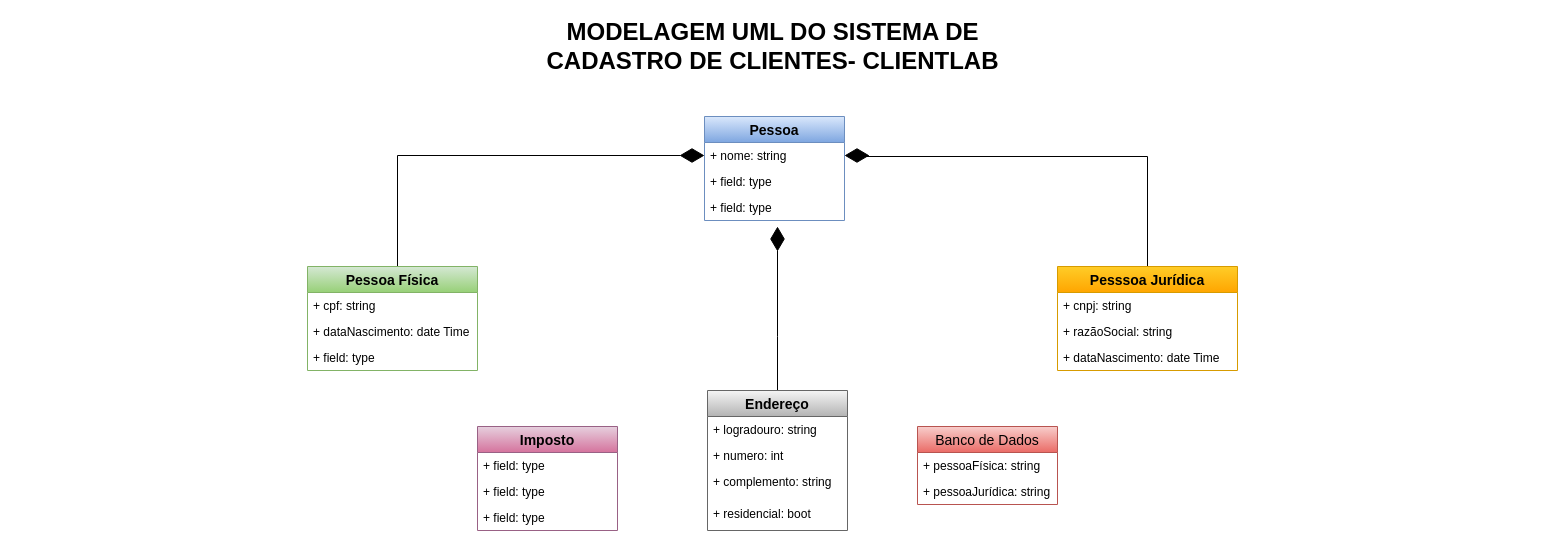
The draw.io diagram Diagrama UML - ClientLab.drawio in AfranioD/Uc12-SA2-1-Diagrama-UML-ClientLab, before the edit. Source tidied: cells renumbered, new cells numbered last; positions are measured from the earlier drawing's top-left corner, leaving out a move shared by most shapes. Both pictures are drawn from the tidied source at 100%, with x=0, y=0 at pixel (17, 26).
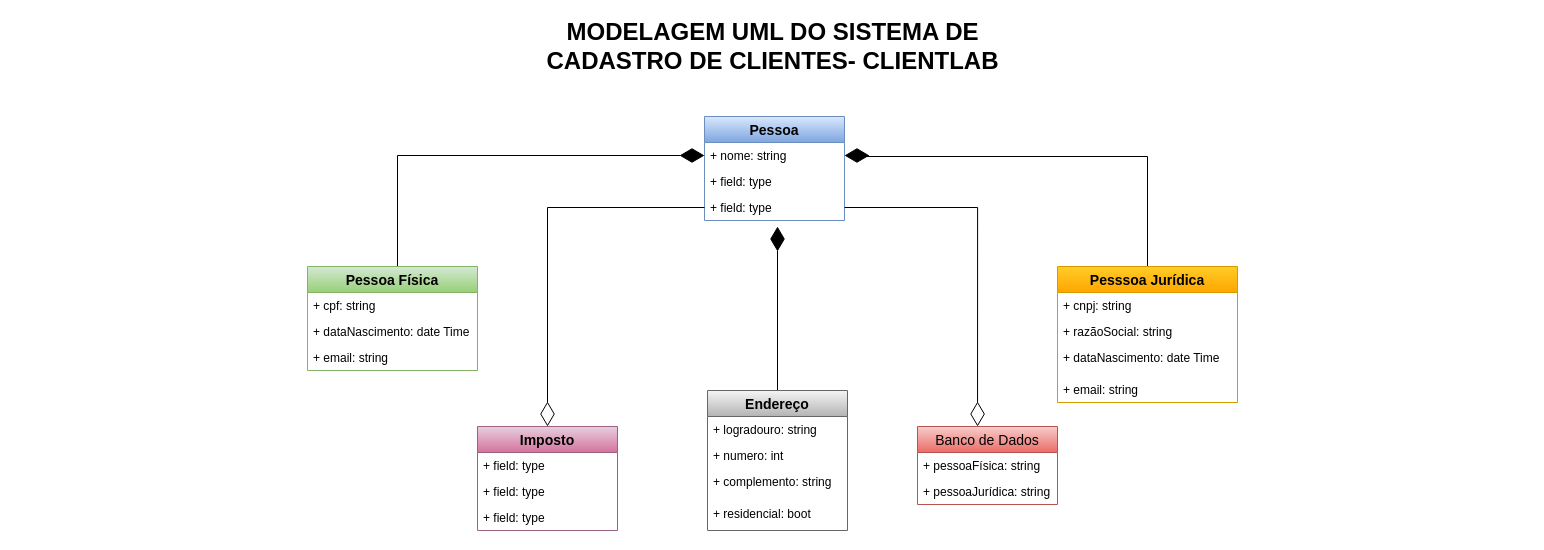
After the change.

The change refers to these unchanged cells:
```xml
<mxCell id="11" value="+ field: type" style="text;strokeColor=none;fillColor=none;align=left;verticalAlign=top;spacingLeft=4;spacingRight=4;overflow=hidden;points=[[0,0.5],[1,0.5]];portConstraint=eastwest;" parent="8" vertex="1">
  <mxGeometry y="78" width="140" height="26" as="geometry" />
</mxCell>
<mxCell id="13" value="Pessoa Física" style="swimlane;fontStyle=1;horizontal=1;startSize=26;fillColor=#d5e8d4;fontSize=14;gradientColor=#97d077;strokeColor=#82b366;" parent="1" vertex="1">
  <mxGeometry x="290" y="240" width="170" height="104" as="geometry" />
</mxCell>
<mxCell id="18" value="Endereço" style="swimlane;fontStyle=1;horizontal=1;startSize=26;fillColor=#f5f5f5;fontSize=14;gradientColor=#b3b3b3;strokeColor=#666666;" parent="1" vertex="1">
  <mxGeometry x="690" y="364" width="140" height="140" as="geometry" />
</mxCell>
<mxCell id="23" value="Imposto" style="swimlane;fontStyle=1;horizontal=1;startSize=26;fillColor=#e6d0de;fontSize=14;gradientColor=#d5739d;strokeColor=#996185;" parent="1" vertex="1">
  <mxGeometry x="460" y="400" width="140" height="104" as="geometry" />
</mxCell>
<mxCell id="27" value="Banco de Dados" style="swimlane;fontStyle=0;horizontal=1;startSize=26;fillColor=#f8cecc;fontSize=14;gradientColor=#ea6b66;strokeColor=#b85450;" parent="1" vertex="1">
  <mxGeometry x="900" y="400" width="140" height="78" as="geometry" />
</mxCell>
```

Change to the diagram source:
```diff
@@
     <mxCell id="4" value="Pesssoa Jurídica" style="swimlane;fontStyle=1;horizontal=1;startSize=26;fillColor=#ffcd28;fontSize=14;gradientColor=#ffa500;strokeColor=#d79b00;" parent="1" vertex="1">
-      <mxGeometry x="1040" y="240" width="180" height="104" as="geometry" />
+      <mxGeometry x="1040" y="240" width="180" height="136" as="geometry" />
     </mxCell>
@@
     <mxCell id="7" value="+ dataNascimento: date Time" style="text;strokeColor=none;fillColor=none;align=left;verticalAlign=top;spacingLeft=4;spacingRight=4;overflow=hidden;" parent="4" vertex="1">
-      <mxGeometry y="78" width="180" height="26" as="geometry" />
+      <mxGeometry y="78" width="180" height="32" as="geometry" />
     </mxCell>
+    <mxCell id="30" value="+ email: string" style="text;strokeColor=none;fillColor=none;align=left;verticalAlign=top;spacingLeft=4;spacingRight=4;overflow=hidden;" parent="4" vertex="1">
+      <mxGeometry y="110" width="180" height="26" as="geometry" />
+    </mxCell>
@@
-    <mxCell id="16" value="+ field: type" style="text;strokeColor=none;fillColor=none;align=left;verticalAlign=top;spacingLeft=4;spacingRight=4;overflow=hidden;" parent="13" vertex="1">
+    <mxCell id="16" value="+ email: string" style="text;strokeColor=none;fillColor=none;align=left;verticalAlign=top;spacingLeft=4;spacingRight=4;overflow=hidden;" parent="13" vertex="1">
       <mxGeometry y="78" width="170" height="26" as="geometry" />
     </mxCell>
     <mxCell id="17" style="edgeStyle=orthogonalEdgeStyle;rounded=0;jumpSize=7;jettySize=auto;html=1;fontSize=20;endArrow=diamondThin;endFill=1;endSize=22;" parent="1" edge="1" source="18">
       <mxGeometry relative="1" as="geometry">
         <mxPoint x="760" y="200" as="targetPoint" />
         <Array as="points">
-          <mxPoint x="760" y="310" />
-          <mxPoint x="760" y="310" />
+          <mxPoint x="760" y="200" />
+          <mxPoint x="760" y="200" />
         </Array>
       </mxGeometry>
     </mxCell>
@@
+    <mxCell id="31" style="edgeStyle=orthogonalEdgeStyle;rounded=0;jumpSize=7;jettySize=auto;html=1;fontSize=20;endArrow=diamondThin;endFill=0;endSize=22;entryX=0.5;entryY=0;entryDx=0;entryDy=0;" parent="1" edge="1" source="11" target="23">
+      <mxGeometry relative="1" as="geometry" />
+    </mxCell>
+    <mxCell id="32" style="edgeStyle=orthogonalEdgeStyle;rounded=0;jumpSize=7;jettySize=auto;html=1;fontSize=20;endArrow=diamondThin;endFill=0;endSize=22;entryX=0.429;entryY=0;entryDx=0;entryDy=0;entryPerimeter=0;" parent="1" edge="1" source="11" target="27">
+      <mxGeometry relative="1" as="geometry" />
+    </mxCell>
```
